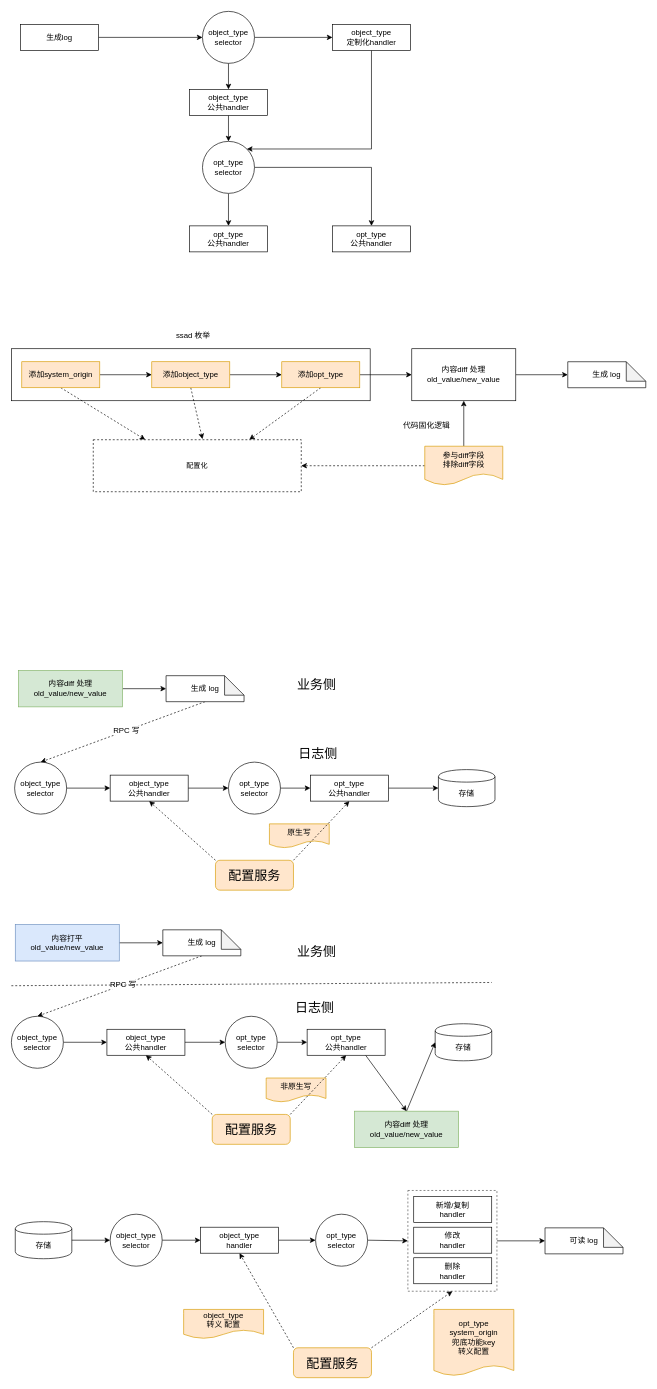
Before: opt-log-conf.drawio in zhongweng/zimbook, a draw.io diagram. Source tidied: cells renumbered, new cells numbered last; positions are measured from the earlier drawing's top-left corner, leaving out a move shared by most shapes. Both pictures are drawn from the tidied source at 65%, with x=0, y=0 at pixel (11, 11).
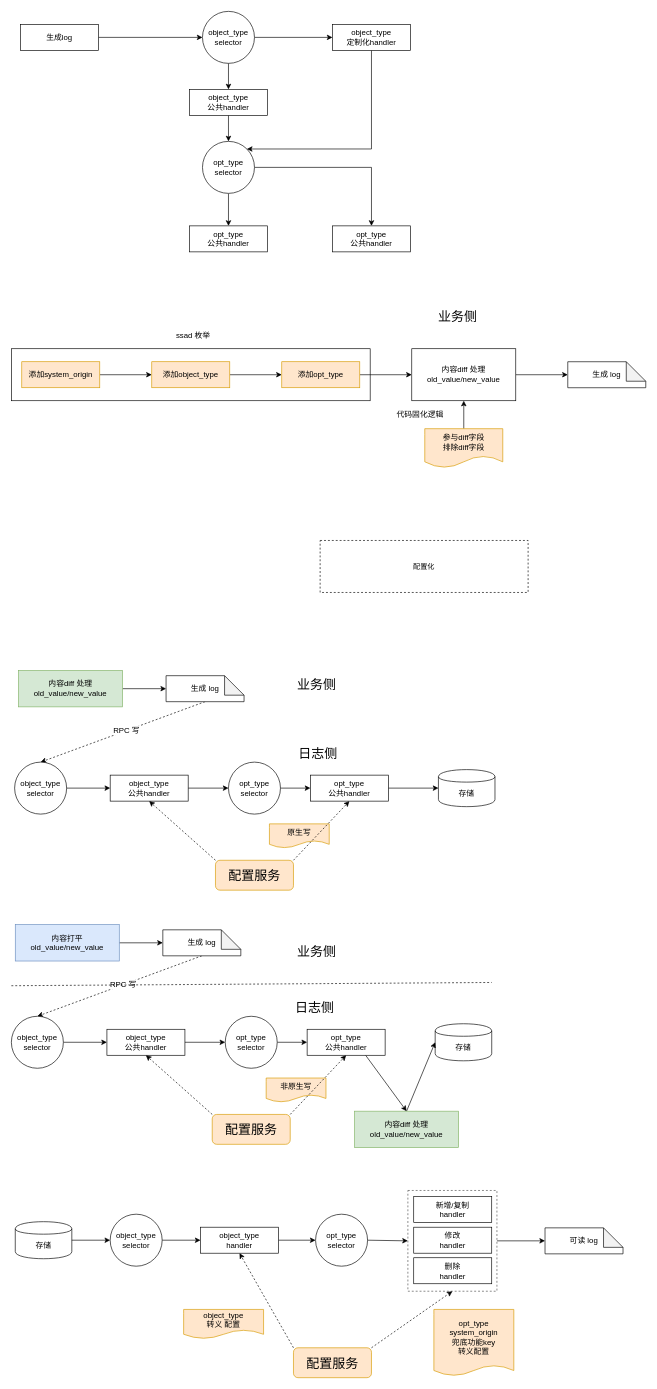
After the change.

The change refers to these unchanged cells:
```xml
<mxCell id="19" value="添加object_type" style="rounded=0;whiteSpace=wrap;html=1;fillColor=#ffe6cc;strokeColor=#d79b00;" parent="1" vertex="1">
  <mxGeometry x="216" y="539" width="120" height="40" as="geometry" />
</mxCell>
<mxCell id="22" value="添加opt_type" style="rounded=0;whiteSpace=wrap;html=1;fillColor=#ffe6cc;strokeColor=#d79b00;" parent="1" vertex="1">
  <mxGeometry x="416" y="539" width="120" height="40" as="geometry" />
</mxCell>
<mxCell id="25" value="添加system_origin" style="rounded=0;whiteSpace=wrap;html=1;fillColor=#ffe6cc;strokeColor=#d79b00;" parent="1" vertex="1">
  <mxGeometry x="16" y="539" width="120" height="40" as="geometry" />
</mxCell>
```

Diff of the diagram source:
```diff
@@
-    <mxCell id="18" style="edgeStyle=none;rounded=0;jettySize=auto;html=1;exitX=0.5;exitY=1;exitDx=0;exitDy=0;entryX=0.525;entryY=-0.012;entryDx=0;entryDy=0;entryPerimeter=0;dashed=1;" parent="1" edge="1" source="19" target="32">
-      <mxGeometry relative="1" as="geometry" />
-    </mxCell>
@@
-    <mxCell id="21" style="edgeStyle=none;rounded=0;jettySize=auto;html=1;exitX=0.5;exitY=1;exitDx=0;exitDy=0;entryX=0.75;entryY=0;entryDx=0;entryDy=0;dashed=1;" parent="1" edge="1" source="22" target="32">
-      <mxGeometry relative="1" as="geometry" />
-    </mxCell>
@@
-    <mxCell id="24" style="rounded=0;jettySize=auto;html=1;exitX=0.5;exitY=1;exitDx=0;exitDy=0;entryX=0.25;entryY=0;entryDx=0;entryDy=0;dashed=1;" parent="1" edge="1" source="25" target="32">
-      <mxGeometry relative="1" as="geometry" />
-    </mxCell>
@@
-    <mxCell id="29" style="edgeStyle=none;rounded=0;jettySize=auto;html=1;exitX=0;exitY=0.5;exitDx=0;exitDy=0;entryX=1;entryY=0.5;entryDx=0;entryDy=0;dashed=1;" parent="1" edge="1" source="30" target="32">
-      <mxGeometry relative="1" as="geometry" />
-    </mxCell>
     <mxCell id="30" value="参与diff字段&lt;br&gt;排除diff字段" style="shape=document;whiteSpace=wrap;html=1;boundedLbl=1;fillColor=#ffe6cc;strokeColor=#d79b00;" parent="1" vertex="1">
-      <mxGeometry x="636" y="669" width="120" height="60" as="geometry" />
+      <mxGeometry x="636" y="642" width="120" height="60" as="geometry" />
     </mxCell>
@@
     <mxCell id="32" value="配置化" style="rounded=0;whiteSpace=wrap;html=1;strokeColor=#000000;dashed=1;fontSize=11;labelBackgroundColor=#ffffff;endArrow=classic;" parent="1" vertex="1">
-      <mxGeometry x="126" y="659" width="320" height="80" as="geometry" />
+      <mxGeometry x="475" y="814" width="320" height="80" as="geometry" />
     </mxCell>
@@
     <mxCell id="34" value="代码固化逻辑" style="text;html=1;strokeColor=none;fillColor=none;align=center;verticalAlign=middle;whiteSpace=wrap;rounded=0;" parent="1" vertex="1">
-      <mxGeometry x="585" y="627" width="108" height="20" as="geometry" />
+      <mxGeometry x="575" y="611" width="108" height="20" as="geometry" />
     </mxCell>
@@
+    <mxCell id="97" value="业务侧" style="text;html=1;strokeColor=none;fillColor=none;align=center;verticalAlign=middle;whiteSpace=wrap;rounded=0;fontSize=20;" parent="1" vertex="1">
+      <mxGeometry x="633" y="459" width="108" height="20" as="geometry" />
+    </mxCell>
```
